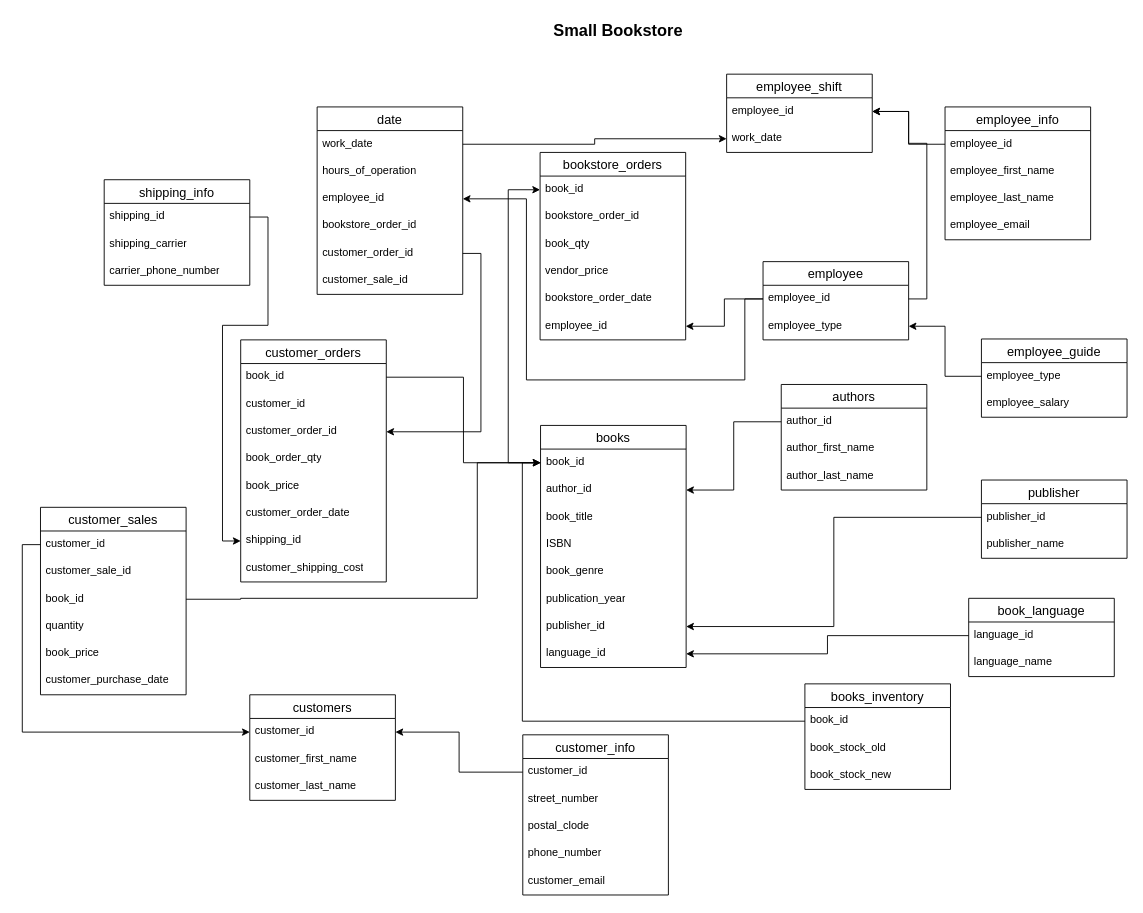
Before: 02_activities/assignments/Bookstore.drawio in miyohtnk/sql, a draw.io diagram. Source tidied: cells renumbered, new cells numbered last; positions are measured from the earlier drawing's top-left corner, leaving out a move shared by most shapes. Both pictures are drawn from the tidied source at 91%, with x=0, y=0 at pixel (40, 15).
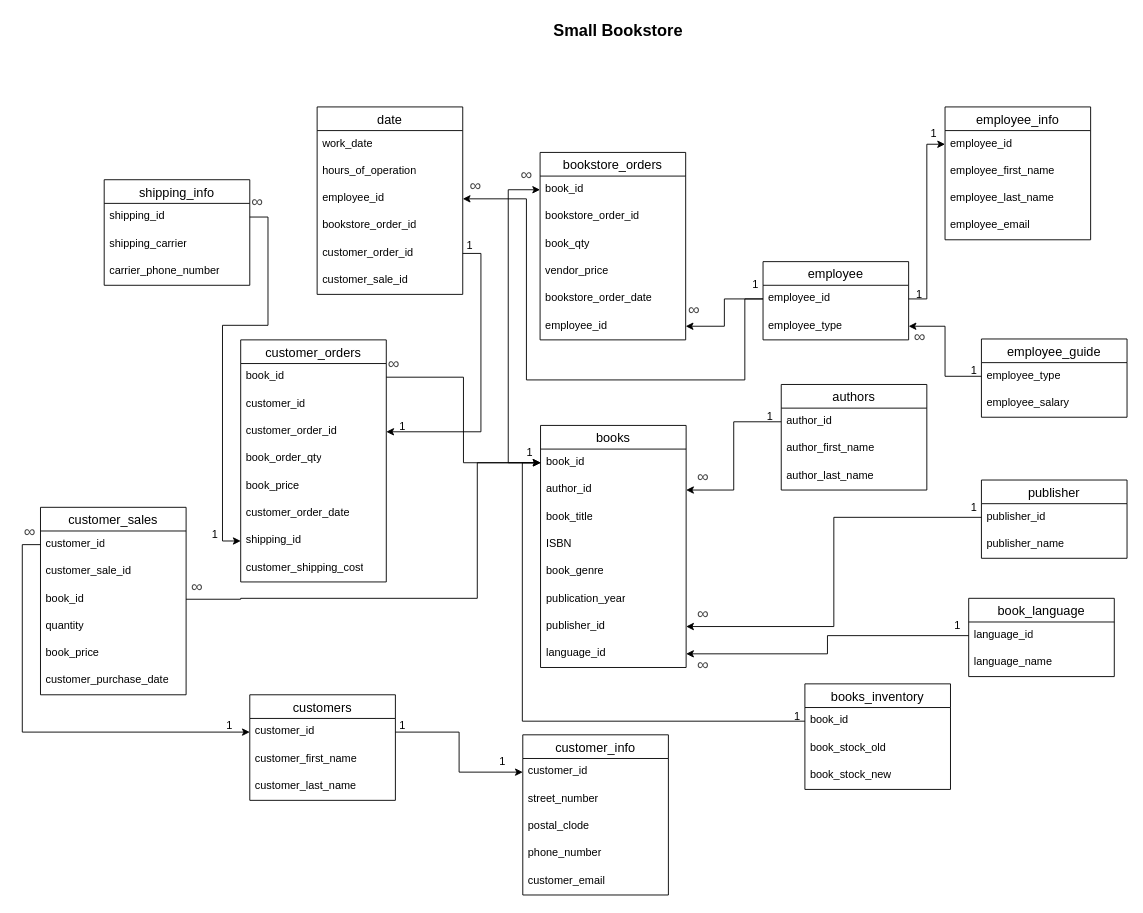
Above is the later version.

The change refers to these unchanged cells:
```xml
<mxCell id="3" value="employee_id" style="text;strokeColor=none;fillColor=none;spacingLeft=4;spacingRight=4;overflow=hidden;points=[[0,0.5],[1,0.5]];portConstraint=eastwest;fontSize=12;whiteSpace=wrap;html=1;" parent="2" vertex="1">
  <mxGeometry y="26" width="160" height="30" as="geometry" />
</mxCell>
<mxCell id="25" value="customer_id" style="text;strokeColor=none;fillColor=none;spacingLeft=4;spacingRight=4;overflow=hidden;points=[[0,0.5],[1,0.5]];portConstraint=eastwest;fontSize=12;whiteSpace=wrap;html=1;" parent="24" vertex="1">
  <mxGeometry y="26" width="160" height="30" as="geometry" />
</mxCell>
<mxCell id="29" value="work_date" style="text;strokeColor=none;fillColor=none;spacingLeft=4;spacingRight=4;overflow=hidden;points=[[0,0.5],[1,0.5]];portConstraint=eastwest;fontSize=12;whiteSpace=wrap;html=1;" parent="28" vertex="1">
  <mxGeometry y="26" width="160" height="30" as="geometry" />
</mxCell>
<mxCell id="67" value="employee_id" style="text;strokeColor=none;fillColor=none;spacingLeft=4;spacingRight=4;overflow=hidden;points=[[0,0.5],[1,0.5]];portConstraint=eastwest;fontSize=12;whiteSpace=wrap;html=1;" parent="66" vertex="1">
  <mxGeometry y="26" width="160" height="30" as="geometry" />
</mxCell>
<mxCell id="82" value="customer_id" style="text;strokeColor=none;fillColor=none;spacingLeft=4;spacingRight=4;overflow=hidden;points=[[0,0.5],[1,0.5]];portConstraint=eastwest;fontSize=12;whiteSpace=wrap;html=1;" parent="81" vertex="1">
  <mxGeometry y="26" width="160" height="30" as="geometry" />
</mxCell>
```

Change to the diagram source:
```diff
@@
-    <mxCell id="53" value="employee_shift" style="swimlane;fontStyle=0;horizontal=1;startSize=26;align=center;fontSize=14;" parent="1" vertex="1">
-      <mxGeometry x="754" y="64" width="160" height="86" as="geometry" />
-    </mxCell>
-    <mxCell id="54" value="employee_id" style="text;strokeColor=none;fillColor=none;spacingLeft=4;spacingRight=4;overflow=hidden;points=[[0,0.5],[1,0.5]];portConstraint=eastwest;fontSize=12;whiteSpace=wrap;html=1;" parent="53" vertex="1">
-      <mxGeometry y="26" width="160" height="30" as="geometry" />
-    </mxCell>
-    <mxCell id="55" value="work_date" style="text;strokeColor=none;fillColor=none;spacingLeft=4;spacingRight=4;overflow=hidden;points=[[0,0.5],[1,0.5]];portConstraint=eastwest;fontSize=12;whiteSpace=wrap;html=1;" parent="53" vertex="1">
-      <mxGeometry y="56" width="160" height="30" as="geometry" />
-    </mxCell>
@@
-    <mxCell id="71" style="edgeStyle=orthogonalEdgeStyle;rounded=0;jettySize=auto;html=1;exitX=0;exitY=0.5;exitDx=0;exitDy=0;entryX=1;entryY=0.5;entryDx=0;entryDy=0;" parent="1" edge="1" source="67" target="54">
-      <mxGeometry relative="1" as="geometry" />
-    </mxCell>
-    <mxCell id="72" style="edgeStyle=orthogonalEdgeStyle;rounded=0;jettySize=auto;html=1;exitX=1;exitY=0.5;exitDx=0;exitDy=0;entryX=1;entryY=0.5;entryDx=0;entryDy=0;" parent="1" edge="1" source="3" target="54">
-      <mxGeometry relative="1" as="geometry">
-        <Array as="points">
-          <mxPoint x="974" y="311" />
-          <mxPoint x="974" y="140" />
-          <mxPoint x="954" y="140" />
-          <mxPoint x="954" y="105" />
-        </Array>
-      </mxGeometry>
-    </mxCell>
@@
-    <mxCell id="87" style="edgeStyle=orthogonalEdgeStyle;rounded=0;jettySize=auto;html=1;exitX=0;exitY=0.5;exitDx=0;exitDy=0;entryX=1;entryY=0.5;entryDx=0;entryDy=0;" parent="1" edge="1" source="82" target="25">
-      <mxGeometry relative="1" as="geometry" />
-    </mxCell>
@@
-    <mxCell id="99" style="edgeStyle=orthogonalEdgeStyle;rounded=0;jettySize=auto;html=1;exitX=1;exitY=0.5;exitDx=0;exitDy=0;entryX=0;entryY=0.5;entryDx=0;entryDy=0;" parent="1" edge="1" source="29" target="55">
-      <mxGeometry relative="1" as="geometry" />
-    </mxCell>
@@
+    <mxCell id="101" style="edgeStyle=orthogonalEdgeStyle;rounded=0;jettySize=auto;html=1;exitX=1;exitY=0.5;exitDx=0;exitDy=0;entryX=0;entryY=0.5;entryDx=0;entryDy=0;" parent="1" edge="1" source="3" target="67">
+      <mxGeometry relative="1" as="geometry" />
+    </mxCell>
+    <mxCell id="102" value="1" style="text;strokeColor=none;align=center;fillColor=none;html=1;verticalAlign=middle;whiteSpace=wrap;rounded=0;" parent="1" vertex="1">
+      <mxGeometry x="974" y="120" width="16" height="20" as="geometry" />
+    </mxCell>
+    <mxCell id="103" value="1" style="text;strokeColor=none;align=center;fillColor=none;html=1;verticalAlign=middle;whiteSpace=wrap;rounded=0;" parent="1" vertex="1">
+      <mxGeometry x="958" y="296" width="16" height="20" as="geometry" />
+    </mxCell>
+    <mxCell id="104" value="1" style="text;strokeColor=none;align=center;fillColor=none;html=1;verticalAlign=middle;whiteSpace=wrap;rounded=0;" parent="1" vertex="1">
+      <mxGeometry x="1018" y="380" width="16" height="20" as="geometry" />
+    </mxCell>
+    <mxCell id="105" value="1" style="text;strokeColor=none;align=center;fillColor=none;html=1;verticalAlign=middle;whiteSpace=wrap;rounded=0;" parent="1" vertex="1">
+      <mxGeometry x="1018" y="530" width="16" height="20" as="geometry" />
+    </mxCell>
+    <mxCell id="106" value="1" style="text;strokeColor=none;align=center;fillColor=none;html=1;verticalAlign=middle;whiteSpace=wrap;rounded=0;" parent="1" vertex="1">
+      <mxGeometry x="1000" y="660" width="16" height="20" as="geometry" />
+    </mxCell>
+    <mxCell id="107" value="1" style="text;strokeColor=none;align=center;fillColor=none;html=1;verticalAlign=middle;whiteSpace=wrap;rounded=0;" parent="1" vertex="1">
+      <mxGeometry x="824" y="760" width="16" height="20" as="geometry" />
+    </mxCell>
+    <mxCell id="108" style="edgeStyle=orthogonalEdgeStyle;rounded=0;jettySize=auto;html=1;exitX=1;exitY=0.5;exitDx=0;exitDy=0;entryX=0;entryY=0.5;entryDx=0;entryDy=0;" parent="1" edge="1" source="25" target="82">
+      <mxGeometry relative="1" as="geometry" />
+    </mxCell>
+    <mxCell id="109" value="1" style="text;strokeColor=none;align=center;fillColor=none;html=1;verticalAlign=middle;whiteSpace=wrap;rounded=0;" parent="1" vertex="1">
+      <mxGeometry x="500" y="810" width="16" height="20" as="geometry" />
+    </mxCell>
+    <mxCell id="110" value="1" style="text;strokeColor=none;align=center;fillColor=none;html=1;verticalAlign=middle;whiteSpace=wrap;rounded=0;" parent="1" vertex="1">
+      <mxGeometry x="390" y="770" width="16" height="20" as="geometry" />
+    </mxCell>
+    <mxCell id="111" value="1" style="text;strokeColor=none;align=center;fillColor=none;html=1;verticalAlign=middle;whiteSpace=wrap;rounded=0;" parent="1" vertex="1">
+      <mxGeometry x="200" y="770" width="16" height="20" as="geometry" />
+    </mxCell>
+    <mxCell id="112" value="1" style="text;strokeColor=none;align=center;fillColor=none;html=1;verticalAlign=middle;whiteSpace=wrap;rounded=0;" parent="1" vertex="1">
+      <mxGeometry x="184" y="560" width="16" height="20" as="geometry" />
+    </mxCell>
+    <mxCell id="113" value="1" style="text;strokeColor=none;align=center;fillColor=none;html=1;verticalAlign=middle;whiteSpace=wrap;rounded=0;" parent="1" vertex="1">
+      <mxGeometry x="390" y="441" width="16" height="20" as="geometry" />
+    </mxCell>
+    <mxCell id="114" value="1" style="text;strokeColor=none;align=center;fillColor=none;html=1;verticalAlign=middle;whiteSpace=wrap;rounded=0;" parent="1" vertex="1">
+      <mxGeometry x="530" y="470" width="16" height="20" as="geometry" />
+    </mxCell>
+    <mxCell id="115" value="1" style="text;strokeColor=none;align=center;fillColor=none;html=1;verticalAlign=middle;whiteSpace=wrap;rounded=0;" parent="1" vertex="1">
+      <mxGeometry x="794" y="430" width="16" height="20" as="geometry" />
+    </mxCell>
+    <mxCell id="116" value="1" style="text;strokeColor=none;align=center;fillColor=none;html=1;verticalAlign=middle;whiteSpace=wrap;rounded=0;" parent="1" vertex="1">
+      <mxGeometry x="778" y="286" width="16" height="20" as="geometry" />
+    </mxCell>
+    <mxCell id="117" value="1" style="text;strokeColor=none;align=center;fillColor=none;html=1;verticalAlign=middle;whiteSpace=wrap;rounded=0;" parent="1" vertex="1">
+      <mxGeometry x="464" y="243" width="16" height="20" as="geometry" />
+    </mxCell>
+    <mxCell id="118" value="&lt;span style=&quot;color: rgb(71, 71, 71); font-family: Arial, sans-serif; font-style: normal; font-variant-ligatures: normal; font-variant-caps: normal; font-weight: 400; letter-spacing: normal; orphans: 2; text-align: left; text-indent: 0px; text-transform: none; widows: 2; word-spacing: 0px; -webkit-text-stroke-width: 0px; white-space: normal; background-color: rgb(255, 255, 255); text-decoration-thickness: initial; text-decoration-style: initial; text-decoration-color: initial; float: none; display: inline !important;&quot;&gt;&lt;font style=&quot;font-size: 18px;&quot;&gt;∞&lt;/font&gt;&lt;/span&gt;" style="text;whiteSpace=wrap;html=1;" parent="1" vertex="1">
+      <mxGeometry x="709.5" y="306" width="20" height="30" as="geometry" />
+    </mxCell>
+    <mxCell id="119" value="&lt;span style=&quot;color: rgb(71, 71, 71); font-family: Arial, sans-serif; font-style: normal; font-variant-ligatures: normal; font-variant-caps: normal; font-weight: 400; letter-spacing: normal; orphans: 2; text-align: left; text-indent: 0px; text-transform: none; widows: 2; word-spacing: 0px; -webkit-text-stroke-width: 0px; white-space: normal; background-color: rgb(255, 255, 255); text-decoration-thickness: initial; text-decoration-style: initial; text-decoration-color: initial; float: none; display: inline !important;&quot;&gt;&lt;font style=&quot;font-size: 18px;&quot;&gt;∞&lt;/font&gt;&lt;/span&gt;" style="text;whiteSpace=wrap;html=1;" parent="1" vertex="1">
+      <mxGeometry x="470" y="170" width="20" height="30" as="geometry" />
+    </mxCell>
+    <mxCell id="120" value="&lt;span style=&quot;color: rgb(71, 71, 71); font-family: Arial, sans-serif; font-style: normal; font-variant-ligatures: normal; font-variant-caps: normal; font-weight: 400; letter-spacing: normal; orphans: 2; text-align: left; text-indent: 0px; text-transform: none; widows: 2; word-spacing: 0px; -webkit-text-stroke-width: 0px; white-space: normal; background-color: rgb(255, 255, 255); text-decoration-thickness: initial; text-decoration-style: initial; text-decoration-color: initial; float: none; display: inline !important;&quot;&gt;&lt;font style=&quot;font-size: 18px;&quot;&gt;∞&lt;/font&gt;&lt;/span&gt;" style="text;whiteSpace=wrap;html=1;" parent="1" vertex="1">
+      <mxGeometry x="526" y="158" width="20" height="30" as="geometry" />
+    </mxCell>
+    <mxCell id="121" value="&lt;span style=&quot;color: rgb(71, 71, 71); font-family: Arial, sans-serif; font-style: normal; font-variant-ligatures: normal; font-variant-caps: normal; font-weight: 400; letter-spacing: normal; orphans: 2; text-align: left; text-indent: 0px; text-transform: none; widows: 2; word-spacing: 0px; -webkit-text-stroke-width: 0px; white-space: normal; background-color: rgb(255, 255, 255); text-decoration-thickness: initial; text-decoration-style: initial; text-decoration-color: initial; float: none; display: inline !important;&quot;&gt;&lt;font style=&quot;font-size: 18px;&quot;&gt;∞&lt;/font&gt;&lt;/span&gt;" style="text;whiteSpace=wrap;html=1;" parent="1" vertex="1">
+      <mxGeometry x="958" y="336" width="20" height="30" as="geometry" />
+    </mxCell>
+    <mxCell id="122" value="&lt;span style=&quot;color: rgb(71, 71, 71); font-family: Arial, sans-serif; font-style: normal; font-variant-ligatures: normal; font-variant-caps: normal; font-weight: 400; letter-spacing: normal; orphans: 2; text-align: left; text-indent: 0px; text-transform: none; widows: 2; word-spacing: 0px; -webkit-text-stroke-width: 0px; white-space: normal; background-color: rgb(255, 255, 255); text-decoration-thickness: initial; text-decoration-style: initial; text-decoration-color: initial; float: none; display: inline !important;&quot;&gt;&lt;font style=&quot;font-size: 18px;&quot;&gt;∞&lt;/font&gt;&lt;/span&gt;" style="text;whiteSpace=wrap;html=1;" parent="1" vertex="1">
+      <mxGeometry x="720" y="490" width="20" height="30" as="geometry" />
+    </mxCell>
+    <mxCell id="123" value="&lt;span style=&quot;color: rgb(71, 71, 71); font-family: Arial, sans-serif; font-style: normal; font-variant-ligatures: normal; font-variant-caps: normal; font-weight: 400; letter-spacing: normal; orphans: 2; text-align: left; text-indent: 0px; text-transform: none; widows: 2; word-spacing: 0px; -webkit-text-stroke-width: 0px; white-space: normal; background-color: rgb(255, 255, 255); text-decoration-thickness: initial; text-decoration-style: initial; text-decoration-color: initial; float: none; display: inline !important;&quot;&gt;&lt;font style=&quot;font-size: 18px;&quot;&gt;∞&lt;/font&gt;&lt;/span&gt;" style="text;whiteSpace=wrap;html=1;" parent="1" vertex="1">
+      <mxGeometry x="720" y="640" width="20" height="30" as="geometry" />
+    </mxCell>
+    <mxCell id="124" value="&lt;span style=&quot;color: rgb(71, 71, 71); font-family: Arial, sans-serif; font-style: normal; font-variant-ligatures: normal; font-variant-caps: normal; font-weight: 400; letter-spacing: normal; orphans: 2; text-align: left; text-indent: 0px; text-transform: none; widows: 2; word-spacing: 0px; -webkit-text-stroke-width: 0px; white-space: normal; background-color: rgb(255, 255, 255); text-decoration-thickness: initial; text-decoration-style: initial; text-decoration-color: initial; float: none; display: inline !important;&quot;&gt;&lt;font style=&quot;font-size: 18px;&quot;&gt;∞&lt;/font&gt;&lt;/span&gt;" style="text;whiteSpace=wrap;html=1;" parent="1" vertex="1">
+      <mxGeometry x="720" y="696" width="20" height="30" as="geometry" />
+    </mxCell>
+    <mxCell id="125" value="&lt;span style=&quot;color: rgb(71, 71, 71); font-family: Arial, sans-serif; font-style: normal; font-variant-ligatures: normal; font-variant-caps: normal; font-weight: 400; letter-spacing: normal; orphans: 2; text-align: left; text-indent: 0px; text-transform: none; widows: 2; word-spacing: 0px; -webkit-text-stroke-width: 0px; white-space: normal; background-color: rgb(255, 255, 255); text-decoration-thickness: initial; text-decoration-style: initial; text-decoration-color: initial; float: none; display: inline !important;&quot;&gt;&lt;font style=&quot;font-size: 18px;&quot;&gt;∞&lt;/font&gt;&lt;/span&gt;" style="text;whiteSpace=wrap;html=1;" parent="1" vertex="1">
+      <mxGeometry x="164" y="610" width="20" height="30" as="geometry" />
+    </mxCell>
+    <mxCell id="126" value="&lt;span style=&quot;color: rgb(71, 71, 71); font-family: Arial, sans-serif; font-style: normal; font-variant-ligatures: normal; font-variant-caps: normal; font-weight: 400; letter-spacing: normal; orphans: 2; text-align: left; text-indent: 0px; text-transform: none; widows: 2; word-spacing: 0px; -webkit-text-stroke-width: 0px; white-space: normal; background-color: rgb(255, 255, 255); text-decoration-thickness: initial; text-decoration-style: initial; text-decoration-color: initial; float: none; display: inline !important;&quot;&gt;&lt;font style=&quot;font-size: 18px;&quot;&gt;∞&lt;/font&gt;&lt;/span&gt;" style="text;whiteSpace=wrap;html=1;" parent="1" vertex="1">
+      <mxGeometry x="-20" y="550" width="20" height="30" as="geometry" />
+    </mxCell>
+    <mxCell id="127" value="&lt;span style=&quot;color: rgb(71, 71, 71); font-family: Arial, sans-serif; font-style: normal; font-variant-ligatures: normal; font-variant-caps: normal; font-weight: 400; letter-spacing: normal; orphans: 2; text-align: left; text-indent: 0px; text-transform: none; widows: 2; word-spacing: 0px; -webkit-text-stroke-width: 0px; white-space: normal; background-color: rgb(255, 255, 255); text-decoration-thickness: initial; text-decoration-style: initial; text-decoration-color: initial; float: none; display: inline !important;&quot;&gt;&lt;font style=&quot;font-size: 18px;&quot;&gt;∞&lt;/font&gt;&lt;/span&gt;" style="text;whiteSpace=wrap;html=1;" parent="1" vertex="1">
+      <mxGeometry x="380" y="366" width="20" height="30" as="geometry" />
+    </mxCell>
+    <mxCell id="128" value="&lt;span style=&quot;color: rgb(71, 71, 71); font-family: Arial, sans-serif; font-style: normal; font-variant-ligatures: normal; font-variant-caps: normal; font-weight: 400; letter-spacing: normal; orphans: 2; text-align: left; text-indent: 0px; text-transform: none; widows: 2; word-spacing: 0px; -webkit-text-stroke-width: 0px; white-space: normal; background-color: rgb(255, 255, 255); text-decoration-thickness: initial; text-decoration-style: initial; text-decoration-color: initial; float: none; display: inline !important;&quot;&gt;&lt;font style=&quot;font-size: 18px;&quot;&gt;∞&lt;/font&gt;&lt;/span&gt;" style="text;whiteSpace=wrap;html=1;" parent="1" vertex="1">
+      <mxGeometry x="230" y="188" width="20" height="30" as="geometry" />
+    </mxCell>
```
